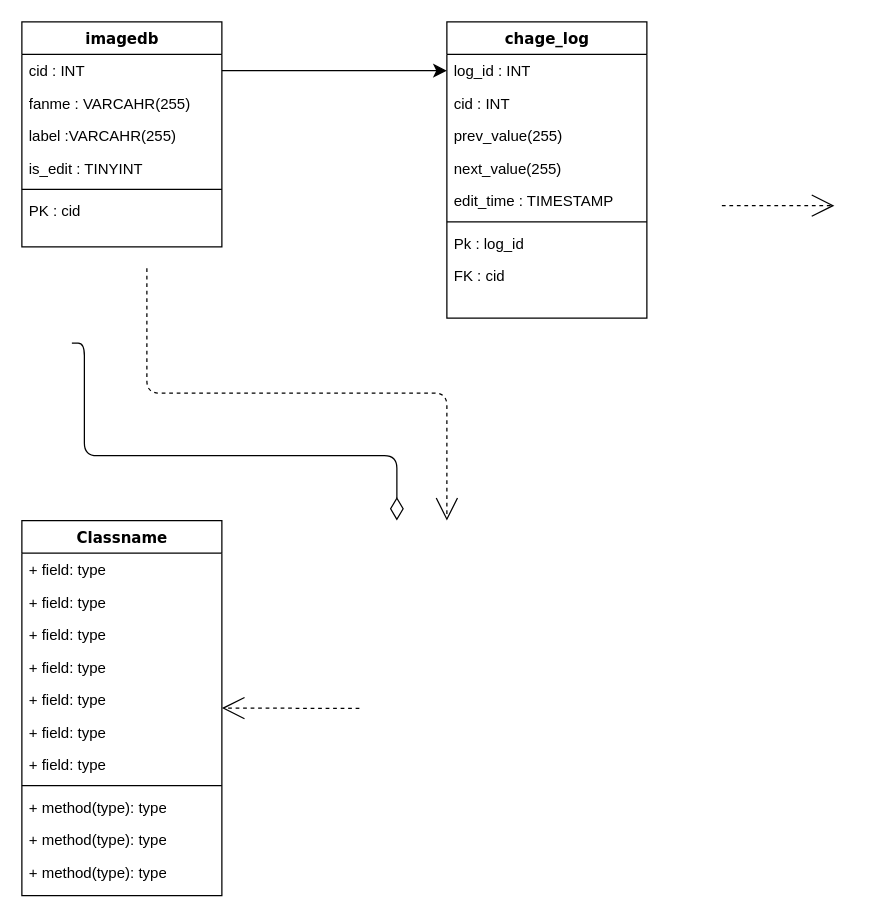
Earlier version of the draw.io diagram 데이터 구조.drawio (Juhunnm/ImageTest). Source tidied: cells renumbered, new cells numbered last; positions are measured from the earlier drawing's top-left corner, leaving out a move shared by most shapes. Both pictures are drawn from the tidied source at 125%, with x=0, y=0 at pixel (21, 21).
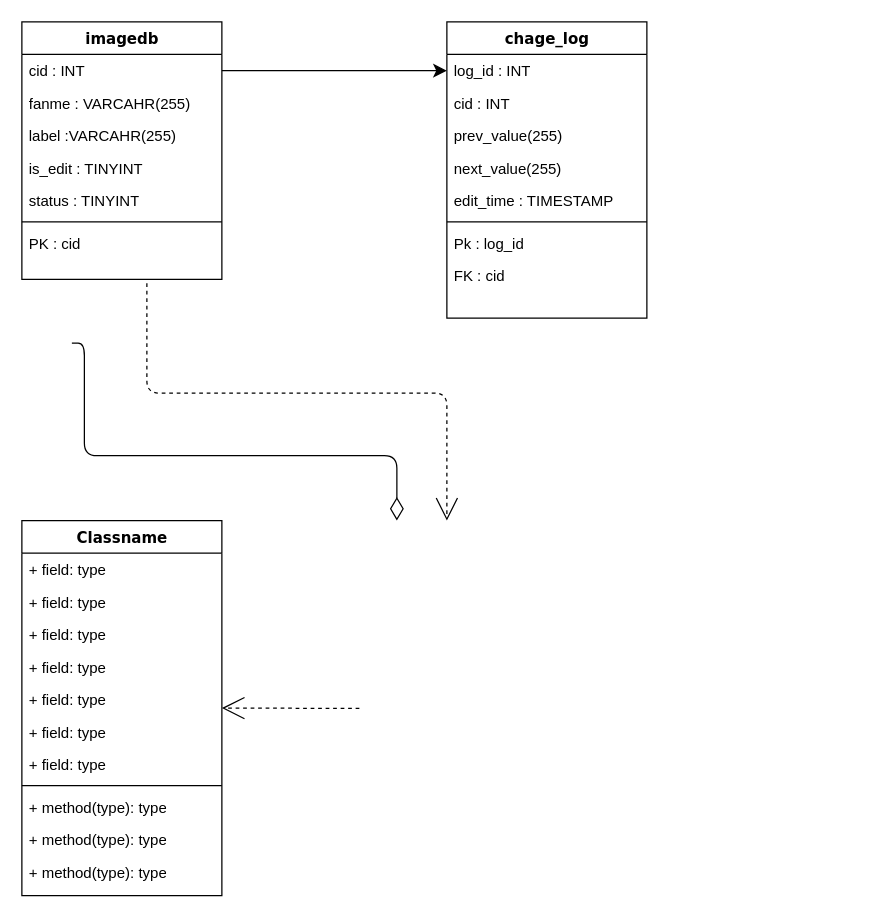
The same page after the edit.

Change to the diagram source:
```diff
@@
     <mxCell id="4" value="imagedb" style="swimlane;html=1;fontStyle=1;align=center;verticalAlign=top;horizontal=1;startSize=26;swimlaneFillColor=#ffffff;rounded=0;shadow=0;comic=0;labelBackgroundColor=none;strokeWidth=1;fillColor=none;fontFamily=Verdana;fontSize=12;" parent="1" vertex="1">
-      <mxGeometry width="160" height="180" as="geometry" />
+      <mxGeometry width="160" height="206" as="geometry" />
     </mxCell>
@@
+    <mxCell id="35" value="status : TINYINT" style="text;html=1;strokeColor=none;fillColor=none;align=left;verticalAlign=top;spacingLeft=4;spacingRight=4;whiteSpace=wrap;overflow=hidden;" parent="4" vertex="1">
+      <mxGeometry y="130" width="160" height="26" as="geometry" />
+    </mxCell>
     <mxCell id="9" style="line;html=1;strokeWidth=1;fillColor=none;align=left;verticalAlign=middle;spacingTop=-1;spacingLeft=3;spacingRight=3;labelPosition=right;" parent="4" vertex="1">
-      <mxGeometry y="130" width="160" height="8" as="geometry" />
+      <mxGeometry y="156" width="160" height="8" as="geometry" />
     </mxCell>
     <mxCell id="10" value="PK : cid" style="text;html=1;strokeColor=none;fillColor=none;align=left;verticalAlign=top;spacingLeft=4;spacingRight=4;whiteSpace=wrap;overflow=hidden;" parent="4" vertex="1">
-      <mxGeometry y="138" width="160" height="42" as="geometry" />
+      <mxGeometry y="164" width="160" height="42" as="geometry" />
     </mxCell>
-    <mxCell id="11" style="edgeStyle=elbowEdgeStyle;html=1;labelBackgroundColor=none;startFill=0;startSize=8;endArrow=open;endFill=0;endSize=16;fontFamily=Verdana;fontSize=12;elbow=vertical;dashed=1;" parent="1" edge="1">
-      <mxGeometry relative="1" as="geometry">
-        <mxPoint x="560" y="147" as="sourcePoint" />
-        <mxPoint x="650" y="146.8" as="targetPoint" />
-      </mxGeometry>
-    </mxCell>
```
